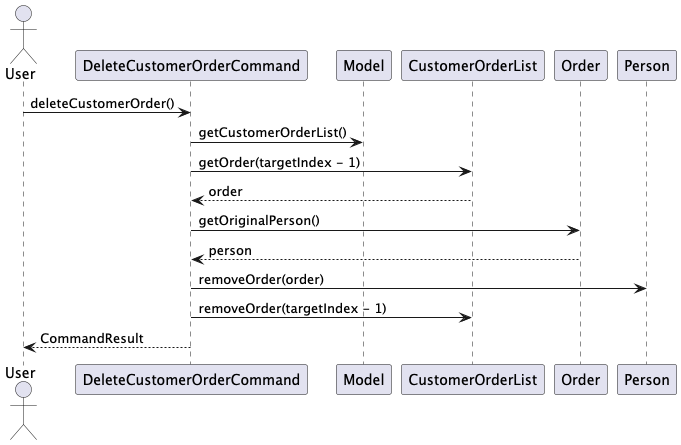
nus-cs2103-AY2425S1/tp keeps this PlantUML diagram as docs/images/DeleteCustomerOrderSequenceDiagram.png. Above is the earlier version.
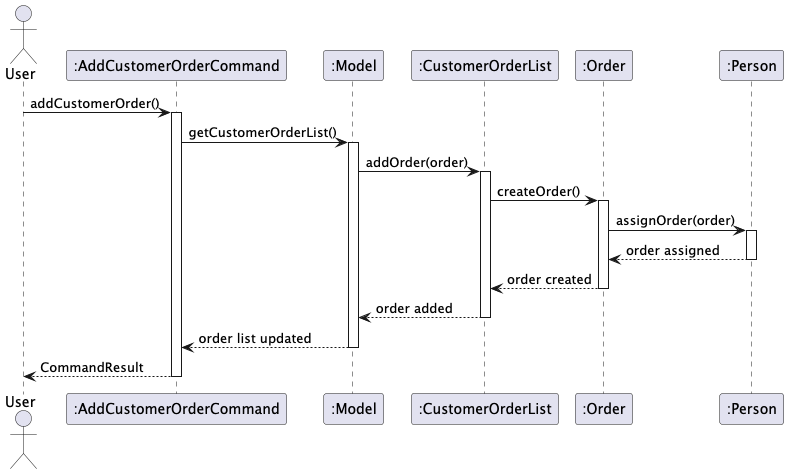
The same diagram one commit later.

Commit message:
Update DG sequence diagrams

The edit, as a diff of the source:
```diff
@@ -1,18 +1,29 @@
 @startuml
 actor User
-participant "DeleteCustomerOrderCommand" as DCC
-participant "Model" as M
-participant "CustomerOrderList" as COL
-participant "Order" as O
-participant "Person" as P
+participant ":AddCustomerOrderCommand" as ACC
+participant ":Model" as M
+participant ":CustomerOrderList" as COL
+participant ":Order" as O
+participant ":Person" as P
 
-User -> DCC: deleteCustomerOrder()
-DCC -> M: getCustomerOrderList()
-DCC -> COL: getOrder(targetIndex - 1)
-COL --> DCC: order
-DCC -> O: getOriginalPerson()
-O --> DCC: person
-DCC -> P: removeOrder(order)
-DCC -> COL: removeOrder(targetIndex - 1)
-DCC --> User: CommandResult
+User -> ACC: addCustomerOrder()
+activate ACC
+ACC -> M: getCustomerOrderList()
+activate M
+M -> COL: addOrder(order)
+activate COL
+COL -> O: createOrder()
+activate O
+O -> P: assignOrder(order)
+activate P
+P --> O: order assigned
+deactivate P
+O --> COL: order created
+deactivate O
+COL --> M: order added
+deactivate COL
+M --> ACC: order list updated
+deactivate M
+ACC --> User: CommandResult
+deactivate ACC
 @enduml
```
